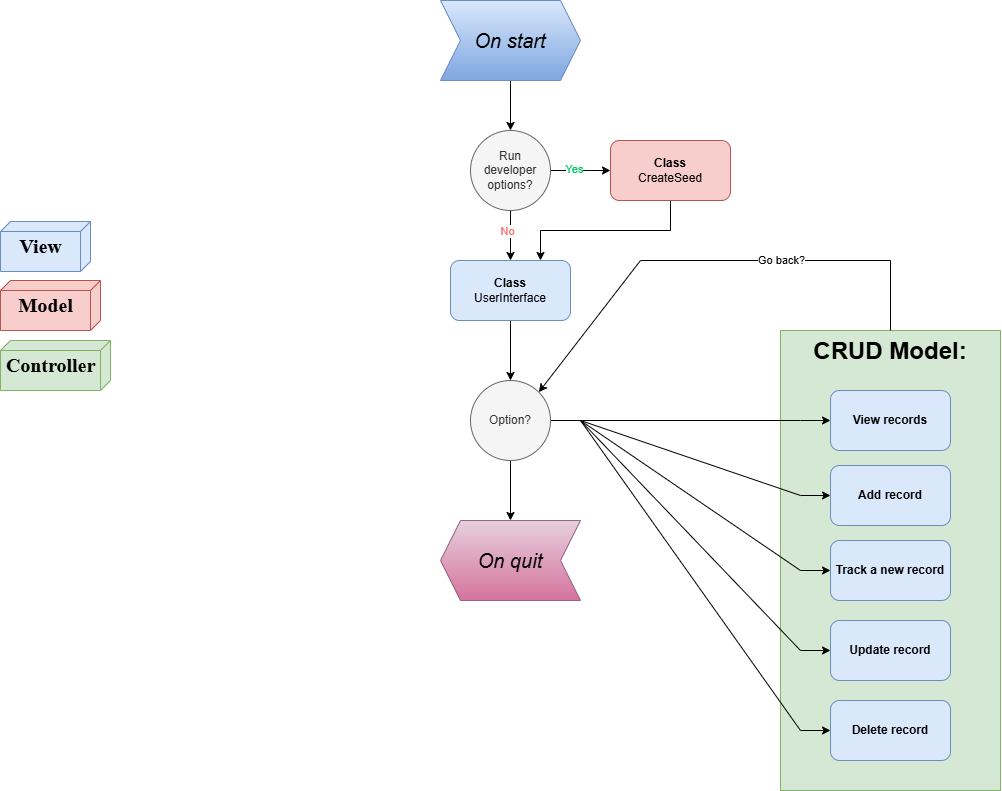
Before: Console.CodingTracker/Diagrams/ProgramRequirements.drawio.png, a diagram exported from draw.io (Wolfieeex/CodeReviews.Console.CodingTracker). Source tidied: cells renumbered, new cells last; positions are measured from the earlier drawing's top-left corner, leaving out a move shared by most shapes.
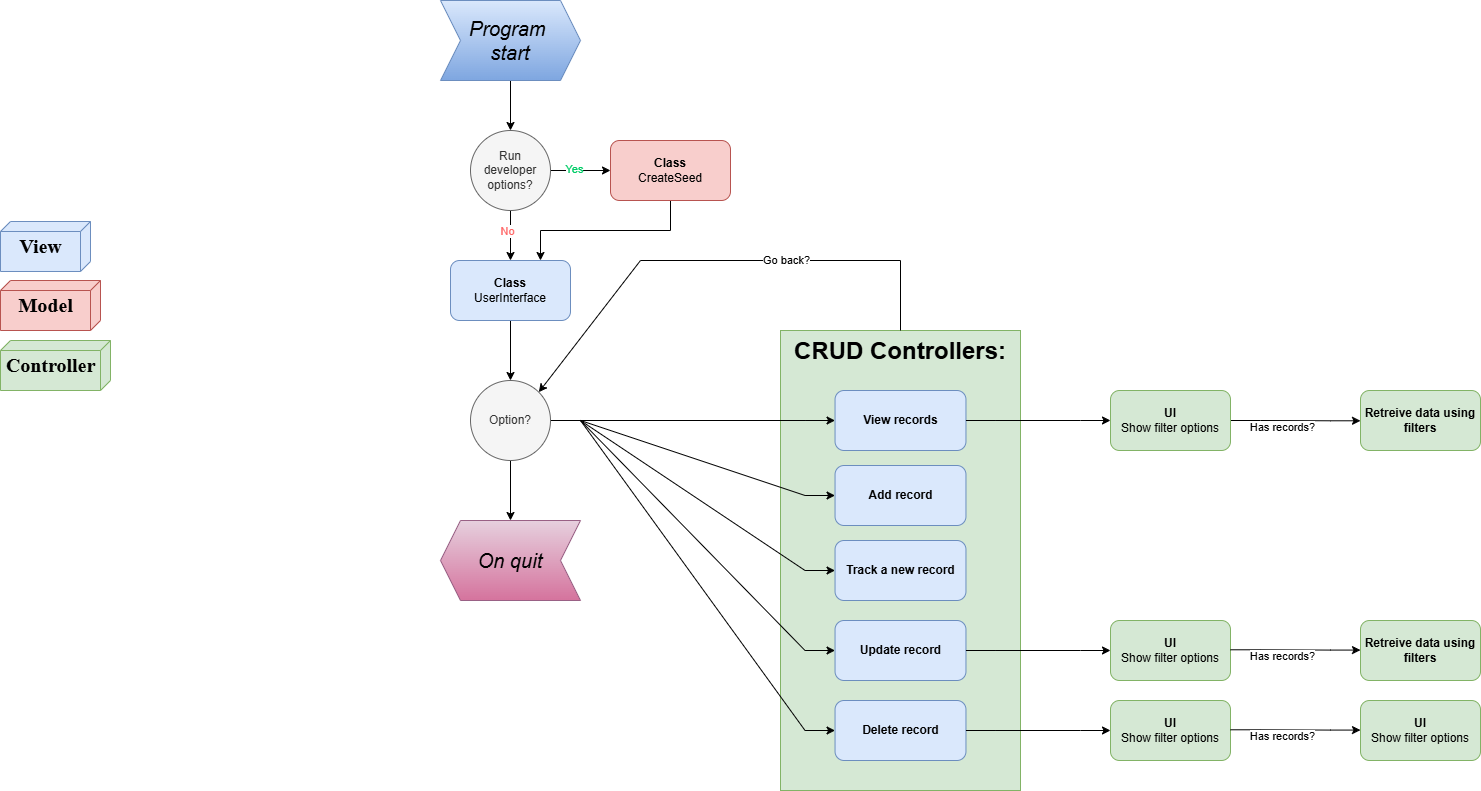
Above is the later version.

Change to the diagram source:
```diff
@@ -3,25 +3,25 @@
     <mxCell id="0" />
     <mxCell id="1" parent="0" />
     <mxCell id="2" style="group;" parent="1" vertex="1">
-      <mxGeometry x="780" y="330" width="220" height="460" as="geometry" />
+      <mxGeometry x="780" y="330" width="240" height="460" as="geometry" />
     </mxCell>
-    <mxCell id="3" value="&lt;h1 style=&quot;margin-top: -20.08px;&quot;&gt;CRUD Model:&lt;/h1&gt;" style="rounded=0;whiteSpace=wrap;html=1;spacingTop=20;fillColor=#d5e8d4;strokeColor=#82b366;verticalAlign=top;" parent="2" vertex="1">
-      <mxGeometry width="220" height="460" as="geometry" />
+    <mxCell id="3" value="&lt;h1 style=&quot;margin-top: -20.08px;&quot;&gt;CRUD Controllers:&lt;/h1&gt;" style="rounded=0;whiteSpace=wrap;html=1;spacingTop=20;fillColor=#d5e8d4;strokeColor=#82b366;verticalAlign=top;" parent="2" vertex="1">
+      <mxGeometry width="240" height="460" as="geometry" />
     </mxCell>
     <mxCell id="4" value="&lt;b&gt;View records&lt;/b&gt;" style="rounded=1;whiteSpace=wrap;html=1;fillColor=#dae8fc;strokeColor=#6c8ebf;" parent="2" vertex="1">
-      <mxGeometry x="50" y="60" width="120" height="60" as="geometry" />
+      <mxGeometry x="54.5" y="60" width="130.9" height="60" as="geometry" />
     </mxCell>
     <mxCell id="5" value="&lt;b&gt;Add record&lt;/b&gt;" style="rounded=1;whiteSpace=wrap;html=1;fillColor=#dae8fc;strokeColor=#6c8ebf;" parent="2" vertex="1">
-      <mxGeometry x="50" y="135" width="120" height="60" as="geometry" />
+      <mxGeometry x="54.5" y="135" width="130.9" height="60" as="geometry" />
     </mxCell>
     <mxCell id="6" value="&lt;b&gt;Track a new record&lt;/b&gt;" style="rounded=1;whiteSpace=wrap;html=1;fillColor=#dae8fc;strokeColor=#6c8ebf;" parent="2" vertex="1">
-      <mxGeometry x="50" y="210" width="120" height="60" as="geometry" />
+      <mxGeometry x="54.5" y="210" width="130.9" height="60" as="geometry" />
     </mxCell>
     <mxCell id="7" value="&lt;b&gt;Update record&lt;/b&gt;" style="rounded=1;whiteSpace=wrap;html=1;fillColor=#dae8fc;strokeColor=#6c8ebf;" parent="2" vertex="1">
-      <mxGeometry x="50" y="290" width="120" height="60" as="geometry" />
+      <mxGeometry x="54.5" y="290" width="130.9" height="60" as="geometry" />
     </mxCell>
     <mxCell id="8" value="&lt;b&gt;Delete record&lt;/b&gt;" style="rounded=1;whiteSpace=wrap;html=1;fillColor=#dae8fc;strokeColor=#6c8ebf;" parent="2" vertex="1">
-      <mxGeometry x="50" y="370" width="120" height="60" as="geometry" />
+      <mxGeometry x="54.5" y="370" width="130.9" height="60" as="geometry" />
     </mxCell>
     <mxCell id="9" value="&lt;h1 style=&quot;margin-bottom: 0.8px; margin-top: -20px;&quot;&gt;&lt;font style=&quot;font-size: 20px;&quot;&gt;Controller&lt;/font&gt;&lt;/h1&gt;" style="verticalAlign=top;align=center;spacingTop=8;spacingLeft=2;spacingRight=12;shape=cube;size=10;direction=south;fontStyle=0;html=1;rounded=0;shadow=0;comic=0;labelBackgroundColor=none;strokeWidth=1;fontFamily=Times New Roman;fontSize=20;fillColor=#d5e8d4;strokeColor=#82b366;fontColor=default;" parent="1" vertex="1">
       <mxGeometry y="340" width="110" height="50" as="geometry" />
@@ -35,7 +35,7 @@
     <mxCell id="12" style="edgeStyle=orthogonalEdgeStyle;rounded=0;jettySize=auto;html=1;exitX=0.5;exitY=1;exitDx=0;exitDy=0;entryX=0.5;entryY=0;entryDx=0;entryDy=0;" parent="1" edge="1" source="13" target="18">
       <mxGeometry relative="1" as="geometry" />
     </mxCell>
-    <mxCell id="13" value="On start" style="shape=step;perimeter=stepPerimeter;html=1;fixedSize=1;fontSize=20;whiteSpace=wrap;fillColor=#dae8fc;strokeColor=#6c8ebf;fontStyle=2;portConstraintRotation=0;portConstraint=none;backgroundOutline=0;flipH=0;gradientColor=#7ea6e0;" parent="1" vertex="1">
+    <mxCell id="13" value="Program&amp;nbsp;&lt;div&gt;start&lt;/div&gt;" style="shape=step;perimeter=stepPerimeter;html=1;fixedSize=1;fontSize=20;whiteSpace=wrap;fillColor=#dae8fc;strokeColor=#6c8ebf;fontStyle=2;portConstraintRotation=0;portConstraint=none;backgroundOutline=0;flipH=0;gradientColor=#7ea6e0;" parent="1" vertex="1">
       <mxGeometry x="440" width="140" height="80" as="geometry" />
     </mxCell>
     <mxCell id="14" style="edgeStyle=orthogonalEdgeStyle;rounded=0;jettySize=auto;html=1;exitX=1;exitY=0.5;exitDx=0;exitDy=0;entryX=0;entryY=0.5;entryDx=0;entryDy=0;" parent="1" edge="1" source="18" target="22">
@@ -92,7 +92,7 @@
     <mxCell id="31" style="shape=connector;rounded=0;jettySize=auto;html=1;exitX=0.5;exitY=0;exitDx=0;exitDy=0;entryX=1;entryY=0;entryDx=0;entryDy=0;strokeColor=default;align=center;verticalAlign=middle;fontFamily=Helvetica;fontSize=11;fontColor=default;labelBackgroundColor=default;endArrow=classic;" parent="1" edge="1" source="3" target="29">
       <mxGeometry relative="1" as="geometry">
         <Array as="points">
-          <mxPoint x="890" y="260" />
+          <mxPoint x="900" y="260" />
           <mxPoint x="640" y="260" />
         </Array>
       </mxGeometry>
@@ -100,5 +100,64 @@
     <mxCell id="32" value="Go back?" style="edgeLabel;html=1;align=center;verticalAlign=middle;fontFamily=Helvetica;fontSize=11;fontColor=default;labelBackgroundColor=default;" parent="31" vertex="1">
       <mxGeometry x="-0.26" y="-1" relative="1" as="geometry" />
     </mxCell>
+    <mxCell id="33" style="edgeStyle=entityRelationEdgeStyle;shape=connector;rounded=0;jettySize=auto;html=1;exitX=1;exitY=0.5;exitDx=0;exitDy=0;strokeColor=default;align=center;verticalAlign=middle;fontFamily=Helvetica;fontSize=11;fontColor=default;labelBackgroundColor=default;endArrow=classic;" parent="1" edge="1" source="35">
+      <mxGeometry relative="1" as="geometry">
+        <mxPoint x="1360" y="420.3" as="targetPoint" />
+      </mxGeometry>
+    </mxCell>
+    <mxCell id="34" value="Has records?" style="edgeLabel;html=1;align=center;verticalAlign=middle;fontFamily=Helvetica;fontSize=11;fontColor=default;labelBackgroundColor=default;" parent="33" vertex="1">
+      <mxGeometry x="-0.22" y="-6" relative="1" as="geometry">
+        <mxPoint x="1" as="offset" />
+      </mxGeometry>
+    </mxCell>
+    <mxCell id="35" value="&lt;b&gt;UI&lt;/b&gt;&lt;div&gt;Show filter options&lt;/div&gt;" style="rounded=1;whiteSpace=wrap;html=1;fillColor=#d5e8d4;strokeColor=#82b366;" parent="1" vertex="1">
+      <mxGeometry x="1110" y="390" width="120" height="60" as="geometry" />
+    </mxCell>
+    <mxCell id="36" style="edgeStyle=entityRelationEdgeStyle;shape=connector;rounded=0;jettySize=auto;html=1;exitX=1;exitY=0.5;exitDx=0;exitDy=0;entryX=0;entryY=0.5;entryDx=0;entryDy=0;strokeColor=default;align=center;verticalAlign=middle;fontFamily=Helvetica;fontSize=11;fontColor=default;labelBackgroundColor=default;endArrow=classic;" parent="1" edge="1" source="4" target="35">
+      <mxGeometry relative="1" as="geometry" />
+    </mxCell>
+    <mxCell id="37" value="&lt;b&gt;UI&lt;/b&gt;&lt;div&gt;Show filter options&lt;/div&gt;" style="rounded=1;whiteSpace=wrap;html=1;fillColor=#d5e8d4;strokeColor=#82b366;" parent="1" vertex="1">
+      <mxGeometry x="1110" y="620" width="120" height="60" as="geometry" />
+    </mxCell>
+    <mxCell id="38" value="&lt;b&gt;UI&lt;/b&gt;&lt;div&gt;Show filter options&lt;/div&gt;" style="rounded=1;whiteSpace=wrap;html=1;fillColor=#d5e8d4;strokeColor=#82b366;" parent="1" vertex="1">
+      <mxGeometry x="1110" y="700" width="120" height="60" as="geometry" />
+    </mxCell>
+    <mxCell id="39" style="edgeStyle=entityRelationEdgeStyle;shape=connector;rounded=0;jettySize=auto;html=1;exitX=1;exitY=0.5;exitDx=0;exitDy=0;entryX=0;entryY=0.5;entryDx=0;entryDy=0;strokeColor=default;align=center;verticalAlign=middle;fontFamily=Helvetica;fontSize=11;fontColor=default;labelBackgroundColor=default;endArrow=classic;" parent="1" edge="1" source="7" target="37">
+      <mxGeometry relative="1" as="geometry" />
+    </mxCell>
+    <mxCell id="40" style="edgeStyle=entityRelationEdgeStyle;shape=connector;rounded=0;jettySize=auto;html=1;exitX=1;exitY=0.5;exitDx=0;exitDy=0;strokeColor=default;align=center;verticalAlign=middle;fontFamily=Helvetica;fontSize=11;fontColor=default;labelBackgroundColor=default;endArrow=classic;" parent="1" edge="1" source="8" target="38">
+      <mxGeometry relative="1" as="geometry" />
+    </mxCell>
+    <mxCell id="41" value="&lt;b&gt;Retreive data using filters&lt;/b&gt;" style="rounded=1;whiteSpace=wrap;html=1;fillColor=#d5e8d4;strokeColor=#82b366;" parent="1" vertex="1">
+      <mxGeometry x="1360" y="390" width="120" height="60" as="geometry" />
+    </mxCell>
+    <mxCell id="42" value="&lt;b&gt;Retreive data using filters&lt;/b&gt;" style="rounded=1;whiteSpace=wrap;html=1;fillColor=#d5e8d4;strokeColor=#82b366;" parent="1" vertex="1">
+      <mxGeometry x="1360" y="620" width="120" height="60" as="geometry" />
+    </mxCell>
+    <mxCell id="43" value="&lt;b&gt;UI&lt;/b&gt;&lt;div&gt;Show filter options&lt;/div&gt;" style="rounded=1;whiteSpace=wrap;html=1;fillColor=#d5e8d4;strokeColor=#82b366;" parent="1" vertex="1">
+      <mxGeometry x="1360" y="700" width="120" height="60" as="geometry" />
+    </mxCell>
+    <mxCell id="44" style="edgeStyle=entityRelationEdgeStyle;shape=connector;rounded=0;orthogonalLoop=1;jettySize=auto;html=1;exitX=1;exitY=0.5;exitDx=0;exitDy=0;strokeColor=default;align=center;verticalAlign=middle;fontFamily=Helvetica;fontSize=11;fontColor=default;labelBackgroundColor=default;endArrow=classic;" parent="1" edge="1">
+      <mxGeometry relative="1" as="geometry">
+        <mxPoint x="1230" y="649.3" as="sourcePoint" />
+        <mxPoint x="1360" y="649.6" as="targetPoint" />
+      </mxGeometry>
+    </mxCell>
+    <mxCell id="45" value="Has records?" style="edgeLabel;html=1;align=center;verticalAlign=middle;fontFamily=Helvetica;fontSize=11;fontColor=default;labelBackgroundColor=default;" parent="44" vertex="1">
+      <mxGeometry x="-0.22" y="-6" relative="1" as="geometry">
+        <mxPoint x="1" as="offset" />
+      </mxGeometry>
+    </mxCell>
+    <mxCell id="46" style="edgeStyle=entityRelationEdgeStyle;shape=connector;rounded=0;orthogonalLoop=1;jettySize=auto;html=1;exitX=1;exitY=0.5;exitDx=0;exitDy=0;strokeColor=default;align=center;verticalAlign=middle;fontFamily=Helvetica;fontSize=11;fontColor=default;labelBackgroundColor=default;endArrow=classic;" parent="1" edge="1">
+      <mxGeometry relative="1" as="geometry">
+        <mxPoint x="1230" y="729.3" as="sourcePoint" />
+        <mxPoint x="1360" y="729.6" as="targetPoint" />
+      </mxGeometry>
+    </mxCell>
+    <mxCell id="47" value="Has records?" style="edgeLabel;html=1;align=center;verticalAlign=middle;fontFamily=Helvetica;fontSize=11;fontColor=default;labelBackgroundColor=default;" parent="46" vertex="1">
+      <mxGeometry x="-0.22" y="-6" relative="1" as="geometry">
+        <mxPoint x="1" as="offset" />
+      </mxGeometry>
+    </mxCell>
   </root>
 </mxGraphModel>
```
